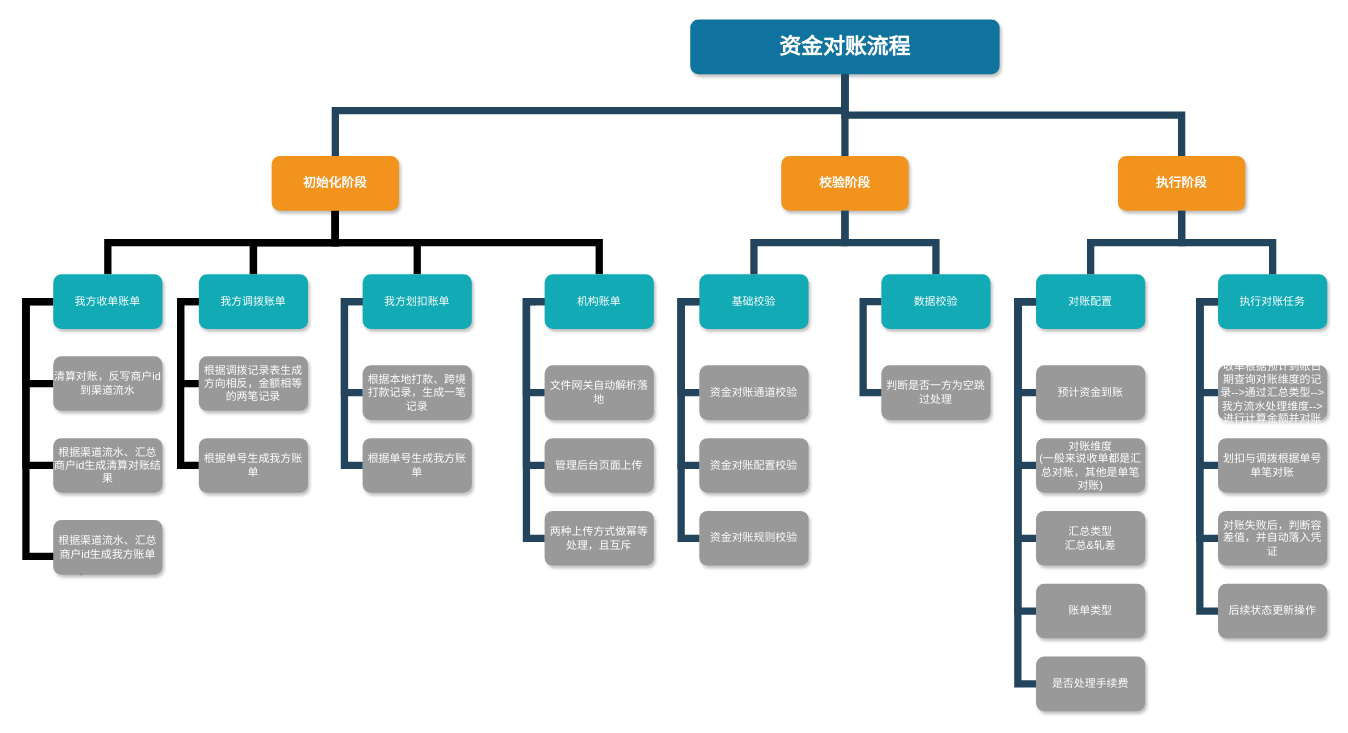
This is 渠道托管对账流程的图表.drawio from DuskDrum/diagrams, a draw.io file, before an edit. Source tidied: cells renumbered, new cells numbered last; positions are measured from the earlier drawing's top-left corner, leaving out a move shared by most shapes. Both pictures are drawn from the tidied source at 91%, with x=0, y=0 at pixel (25, 19).
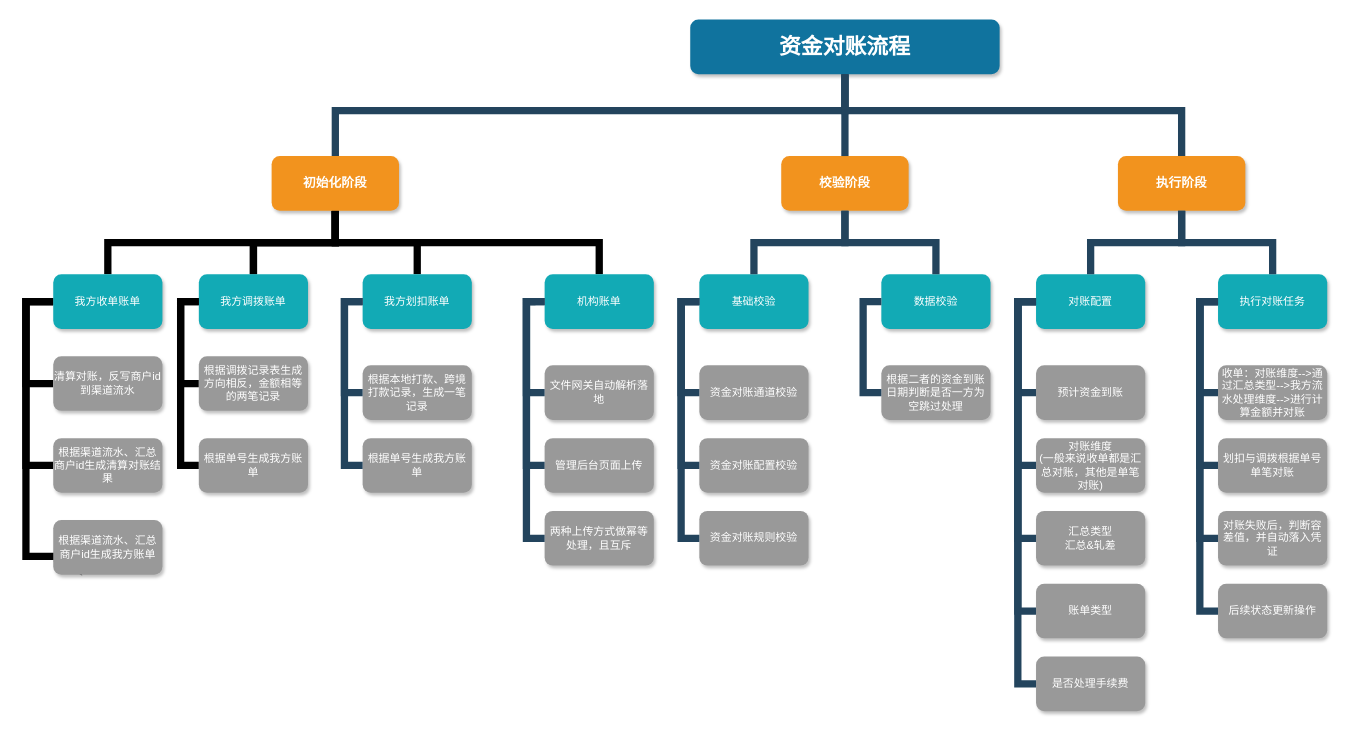
After the change.

Commit message:
更新渠道托管对账流程的图表.drawio

Unchanged cells that the change refers to:
```xml
<mxCell id="2" value="资金对账流程" style="whiteSpace=wrap;rounded=1;shadow=1;fillColor=#10739E;strokeColor=none;fontColor=#FFFFFF;fontStyle=1;fontSize=24;" parent="1" vertex="1">
  <mxGeometry x="730" width="340" height="60" as="geometry" />
</mxCell>
<mxCell id="10" value="执行阶段" style="whiteSpace=wrap;rounded=1;fillColor=#F2931E;strokeColor=none;shadow=1;fontColor=#FFFFFF;fontStyle=1;fontSize=14;" parent="1" vertex="1">
  <mxGeometry x="1200" y="150" width="140" height="60" as="geometry" />
</mxCell>
```

Diff of the diagram source:
```diff
@@
-    <mxCell id="23" value="判断是否一方为空跳过处理" style="whiteSpace=wrap;rounded=1;fillColor=#999999;strokeColor=none;shadow=1;fontColor=#FFFFFF;fontStyle=0;" parent="1" vertex="1">
+    <mxCell id="23" value="根据二者的资金到账日期判断是否一方为空跳过处理" style="whiteSpace=wrap;rounded=1;fillColor=#999999;strokeColor=none;shadow=1;fontColor=#FFFFFF;fontStyle=0;" parent="1" vertex="1">
       <mxGeometry x="940" y="380" width="120" height="60" as="geometry" />
     </mxCell>
@@
-    <mxCell id="42" value="收单根据预计到账日期查询对账维度的记录--&gt;通过汇总类型--&gt;我方流水处理维度--&gt;进行计算金额并对账" style="whiteSpace=wrap;rounded=1;fillColor=#999999;strokeColor=none;shadow=1;fontColor=#FFFFFF;fontStyle=0;" parent="1" vertex="1">
+    <mxCell id="42" value="收单：对账维度--&gt;通过汇总类型--&gt;我方流水处理维度--&gt;进行计算金额并对账" style="whiteSpace=wrap;rounded=1;fillColor=#999999;strokeColor=none;shadow=1;fontColor=#FFFFFF;fontStyle=0;" parent="1" vertex="1">
       <mxGeometry x="1310" y="380" width="120" height="60" as="geometry" />
     </mxCell>
@@
     <mxCell id="59" style="edgeStyle=elbowEdgeStyle;elbow=vertical;rounded=0;fontColor=#000000;endArrow=none;endFill=0;strokeWidth=8;strokeColor=#23445D;" parent="1" edge="1" source="2" target="10">
-      <mxGeometry relative="1" as="geometry" />
+      <mxGeometry relative="1" as="geometry">
+        <Array as="points">
+          <mxPoint x="1080" y="100" />
+        </Array>
+      </mxGeometry>
     </mxCell>
```
